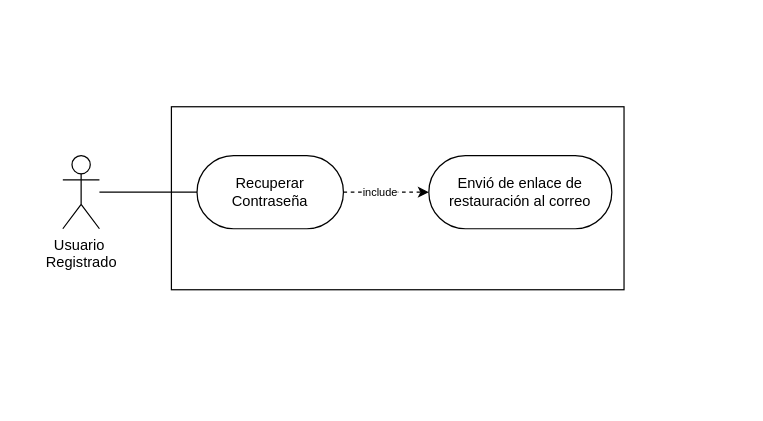
xChiat/ProyectoIntegracion keeps this draw.io diagram as casodeuso_recuperarcontraseña.drawio. Above is the earlier version. Source tidied: cells renumbered, new cells numbered last; positions are measured from the earlier drawing's top-left corner, leaving out a move shared by most shapes. Both pictures are drawn from the tidied source at 122%, with x=0, y=0 at pixel (62, 106).
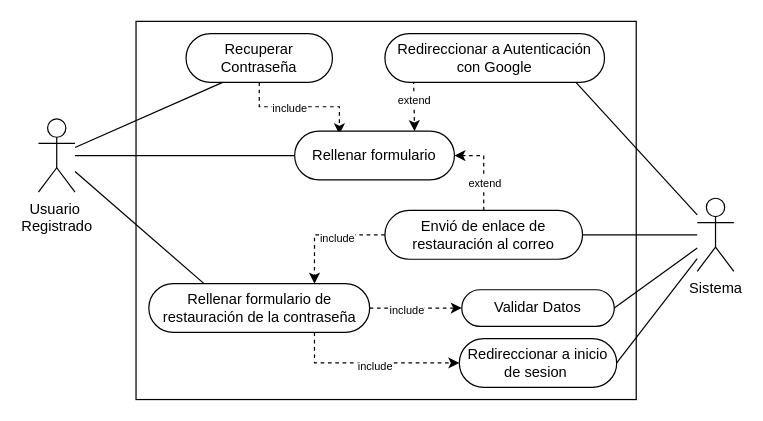
Above is the later version.

Diff of the diagram source:
```diff
@@
     <mxCell id="2" value="&lt;div&gt;Usuario&amp;nbsp;&lt;/div&gt;&lt;div&gt;Registrado&lt;/div&gt;" style="shape=umlActor;verticalLabelPosition=bottom;verticalAlign=top;html=1;outlineConnect=0;" parent="1" vertex="1">
-      <mxGeometry y="40" width="30" height="60" as="geometry" />
+      <mxGeometry x="-20" y="10" width="30" height="60" as="geometry" />
     </mxCell>
     <mxCell id="3" style="rounded=0;whiteSpace=wrap;html=1;" parent="1" vertex="1">
-      <mxGeometry x="89" width="371" height="150" as="geometry" />
+      <mxGeometry x="60" y="-70" width="410" height="310" as="geometry" />
     </mxCell>
-    <mxCell id="4" style="edgeStyle=orthogonalEdgeStyle;rounded=0;jettySize=auto;html=1;exitX=1;exitY=0.5;exitDx=0;exitDy=0;dashed=1;" parent="1" edge="1" source="6" target="8">
-      <mxGeometry relative="1" as="geometry" />
-    </mxCell>
-    <mxCell id="5" value="&lt;font style=&quot;font-size: 9px;&quot;&gt;include&lt;/font&gt;" style="edgeLabel;html=1;align=center;verticalAlign=middle;" parent="4" vertex="1">
-      <mxGeometry x="-0.18" y="1" relative="1" as="geometry" />
-    </mxCell>
+    <mxCell id="9" style="edgeStyle=orthogonalEdgeStyle;rounded=0;jettySize=auto;html=1;exitX=0.5;exitY=1;exitDx=0;exitDy=0;entryX=0.28;entryY=0.064;entryDx=0;entryDy=0;dashed=1;entryPerimeter=0;" parent="1" edge="1" source="6" target="18">
+      <mxGeometry relative="1" as="geometry" />
+    </mxCell>
+    <mxCell id="10" value="&lt;font style=&quot;font-size: 9px;&quot;&gt;include&lt;/font&gt;" style="edgeLabel;html=1;align=center;verticalAlign=middle;" parent="9" vertex="1">
+      <mxGeometry x="-0.28" y="1" relative="1" as="geometry">
+        <mxPoint x="5" y="1" as="offset" />
+      </mxGeometry>
+    </mxCell>
     <mxCell id="6" value="Recuperar Contraseña" style="rounded=1;whiteSpace=wrap;html=1;arcSize=50;" parent="1" vertex="1">
-      <mxGeometry x="110" y="40" width="120" height="60" as="geometry" />
+      <mxGeometry x="101" y="-60" width="120" height="40" as="geometry" />
     </mxCell>
-    <mxCell id="7" style="endArrow=none;html=1;rounded=0;entryX=0;entryY=0.5;entryDx=0;entryDy=0;" parent="1" edge="1" source="2" target="6">
+    <mxCell id="7" style="endArrow=none;html=1;rounded=0;entryX=0.25;entryY=1;entryDx=0;entryDy=0;" parent="1" edge="1" source="2" target="6">
       <mxGeometry relative="1" as="geometry" />
     </mxCell>
+    <mxCell id="11" style="rounded=0;jettySize=auto;html=1;exitX=0.5;exitY=0;exitDx=0;exitDy=0;dashed=1;entryX=1;entryY=0.5;entryDx=0;entryDy=0;edgeStyle=orthogonalEdgeStyle;" parent="1" edge="1" source="8" target="18">
+      <mxGeometry relative="1" as="geometry" />
+    </mxCell>
+    <mxCell id="12" value="&lt;font style=&quot;font-size: 9px;&quot;&gt;extend&lt;/font&gt;" style="edgeLabel;html=1;align=center;verticalAlign=middle;" parent="11" vertex="1">
+      <mxGeometry x="-0.06" y="2" relative="1" as="geometry">
+        <mxPoint x="2" y="8" as="offset" />
+      </mxGeometry>
+    </mxCell>
+    <mxCell id="13" style="rounded=0;jettySize=auto;html=1;exitX=0;exitY=0.5;exitDx=0;exitDy=0;entryX=0.75;entryY=0;entryDx=0;entryDy=0;dashed=1;edgeStyle=orthogonalEdgeStyle;" parent="1" edge="1" source="8" target="23">
+      <mxGeometry relative="1" as="geometry" />
+    </mxCell>
+    <mxCell id="14" value="&lt;font style=&quot;font-size: 9px;&quot;&gt;include&lt;/font&gt;" style="edgeLabel;html=1;align=center;verticalAlign=middle;" parent="13" vertex="1">
+      <mxGeometry x="-0.19" y="1" relative="1" as="geometry" />
+    </mxCell>
     <mxCell id="8" value="Envió de enlace de restauración al correo" style="rounded=1;whiteSpace=wrap;html=1;arcSize=50;" parent="1" vertex="1">
-      <mxGeometry x="300" y="40" width="150" height="60" as="geometry" />
+      <mxGeometry x="264" y="85" width="162" height="40" as="geometry" />
     </mxCell>
+    <mxCell id="15" style="rounded=0;jettySize=auto;html=1;exitX=0.131;exitY=0.961;exitDx=0;exitDy=0;dashed=1;entryX=0.75;entryY=0;entryDx=0;entryDy=0;exitPerimeter=0;" parent="1" edge="1" source="17" target="18">
+      <mxGeometry relative="1" as="geometry" />
+    </mxCell>
+    <mxCell id="16" value="&lt;font style=&quot;font-size: 9px;&quot;&gt;extend&lt;/font&gt;" style="edgeLabel;html=1;align=center;verticalAlign=middle;" parent="15" vertex="1">
+      <mxGeometry x="-0.26" relative="1" as="geometry" />
+    </mxCell>
+    <mxCell id="17" value="Redireccionar a Autenticación con Google" style="rounded=1;whiteSpace=wrap;html=1;arcSize=50;" parent="1" vertex="1">
+      <mxGeometry x="264" y="-60" width="180" height="40" as="geometry" />
+    </mxCell>
+    <mxCell id="18" value="Rellenar formulario" style="rounded=1;whiteSpace=wrap;html=1;arcSize=50;" parent="1" vertex="1">
+      <mxGeometry x="190" y="20" width="131" height="40" as="geometry" />
+    </mxCell>
+    <mxCell id="19" style="rounded=0;jettySize=auto;html=1;exitX=1;exitY=0.5;exitDx=0;exitDy=0;entryX=0;entryY=0.5;entryDx=0;entryDy=0;dashed=1;" parent="1" edge="1" source="23" target="26">
+      <mxGeometry relative="1" as="geometry" />
+    </mxCell>
+    <mxCell id="20" value="&lt;font style=&quot;font-size: 9px;&quot;&gt;include&lt;/font&gt;" style="edgeLabel;html=1;align=center;verticalAlign=middle;" parent="19" vertex="1">
+      <mxGeometry x="-0.21" relative="1" as="geometry" />
+    </mxCell>
+    <mxCell id="21" style="rounded=0;jettySize=auto;html=1;exitX=0.75;exitY=1;exitDx=0;exitDy=0;entryX=0;entryY=0.5;entryDx=0;entryDy=0;edgeStyle=orthogonalEdgeStyle;dashed=1;" parent="1" edge="1" source="23" target="27">
+      <mxGeometry relative="1" as="geometry" />
+    </mxCell>
+    <mxCell id="22" value="&lt;font style=&quot;font-size: 9px;&quot;&gt;include&lt;/font&gt;" style="edgeLabel;html=1;align=center;verticalAlign=middle;" parent="21" vertex="1">
+      <mxGeometry x="0.03" y="-1" relative="1" as="geometry" />
+    </mxCell>
+    <mxCell id="23" value="Rellenar formulario de restauración de la contraseña" style="rounded=1;whiteSpace=wrap;html=1;arcSize=50;" parent="1" vertex="1">
+      <mxGeometry x="70.5" y="145" width="181" height="40" as="geometry" />
+    </mxCell>
+    <mxCell id="24" style="endArrow=none;html=1;rounded=0;entryX=0;entryY=0.5;entryDx=0;entryDy=0;" parent="1" edge="1" source="2" target="18">
+      <mxGeometry relative="1" as="geometry" />
+    </mxCell>
+    <mxCell id="25" style="endArrow=none;html=1;rounded=0;entryX=0.25;entryY=0;entryDx=0;entryDy=0;" parent="1" edge="1" source="2" target="23">
+      <mxGeometry relative="1" as="geometry" />
+    </mxCell>
+    <mxCell id="26" value="Validar Datos" style="rounded=1;whiteSpace=wrap;html=1;arcSize=50;" parent="1" vertex="1">
+      <mxGeometry x="327" y="150" width="125" height="30" as="geometry" />
+    </mxCell>
+    <mxCell id="27" value="Redireccionar a inicio de sesion&amp;nbsp;" style="rounded=1;whiteSpace=wrap;html=1;arcSize=50;" parent="1" vertex="1">
+      <mxGeometry x="325" y="190" width="129" height="40" as="geometry" />
+    </mxCell>
+    <mxCell id="28" value="Sistema" style="shape=umlActor;verticalLabelPosition=bottom;verticalAlign=top;html=1;outlineConnect=0;" parent="1" vertex="1">
+      <mxGeometry x="520" y="75" width="30" height="60" as="geometry" />
+    </mxCell>
+    <mxCell id="29" style="endArrow=none;html=1;rounded=0;exitX=1;exitY=0.5;exitDx=0;exitDy=0;" parent="1" edge="1" source="8" target="28">
+      <mxGeometry relative="1" as="geometry" />
+    </mxCell>
+    <mxCell id="30" style="endArrow=none;html=1;rounded=0;exitX=0.871;exitY=1.004;exitDx=0;exitDy=0;exitPerimeter=0;" parent="1" edge="1" source="17" target="28">
+      <mxGeometry relative="1" as="geometry" />
+    </mxCell>
+    <mxCell id="31" style="endArrow=none;html=1;rounded=0;exitX=1;exitY=0.5;exitDx=0;exitDy=0;" parent="1" edge="1" source="26" target="28">
+      <mxGeometry relative="1" as="geometry" />
+    </mxCell>
+    <mxCell id="32" style="endArrow=none;html=1;rounded=0;exitX=1;exitY=0.5;exitDx=0;exitDy=0;" parent="1" edge="1" source="27" target="28">
+      <mxGeometry relative="1" as="geometry" />
+    </mxCell>
```
